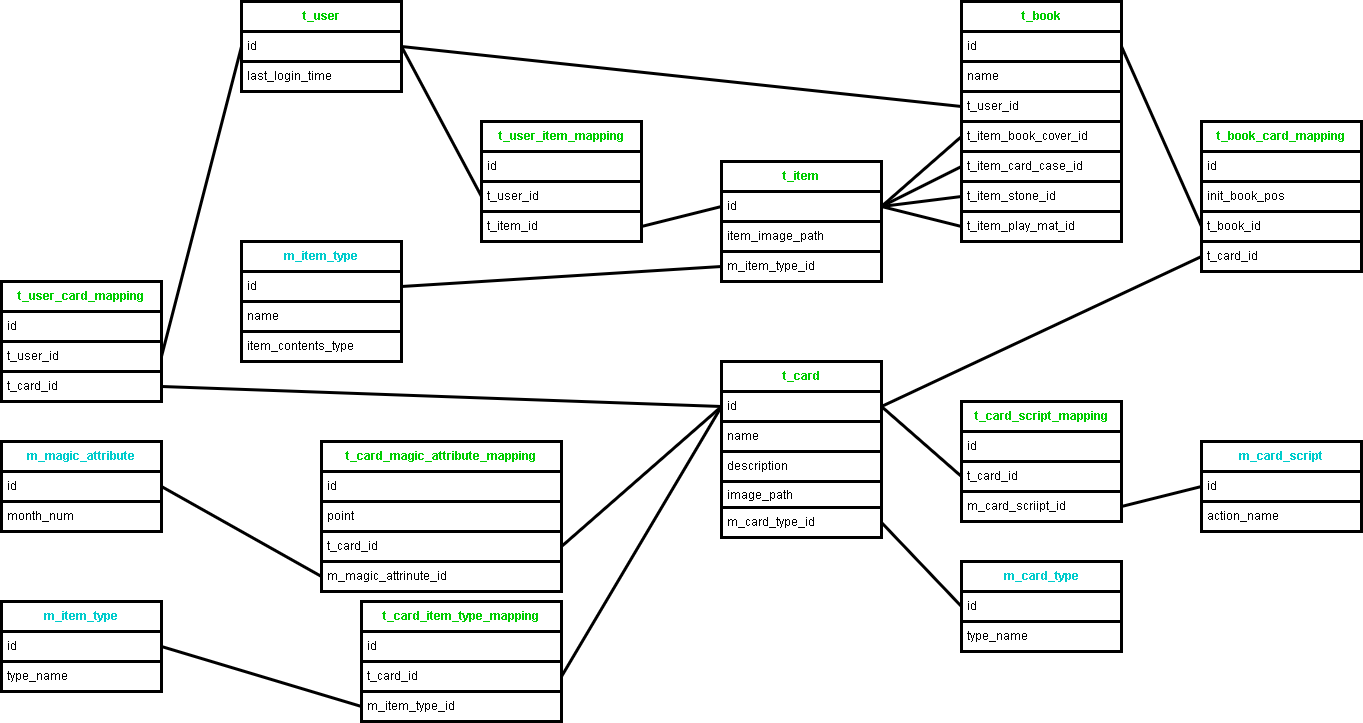
The draw.io diagram 要件/ER図.drawio.png in Chronoss0518/SpinnerOfTherNightSky, before a commit. Source tidied: cells renumbered, new cells last; positions are measured from the earlier drawing's top-left corner, leaving out a move shared by most shapes.
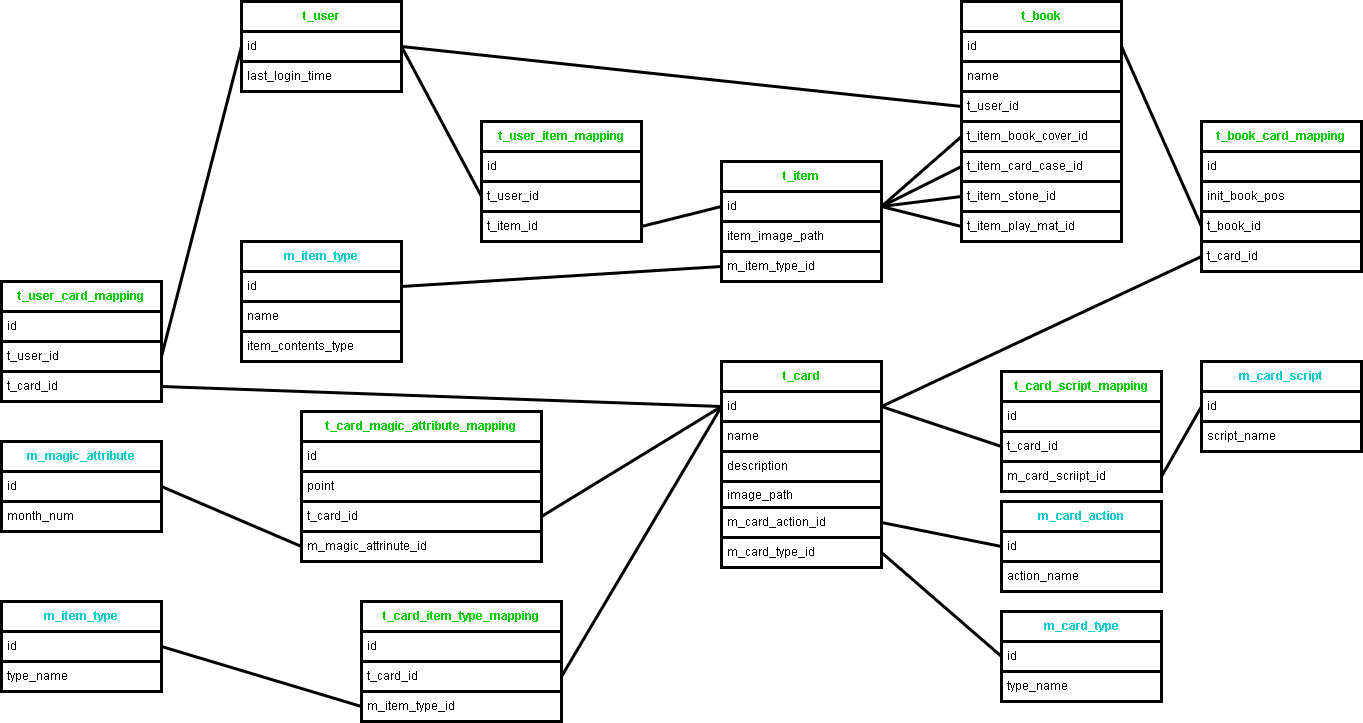
Later version of the same file.

Commit message:
Cardの実施タイミングのフラグ(Action)を追加

Change to the diagram source:
```diff
@@ -12,7 +12,7 @@
       <mxGeometry y="60" width="160" height="30" as="geometry" />
     </mxCell>
     <mxCell id="5" value="t_card" style="swimlane;fontStyle=1;horizontal=1;startSize=30;whiteSpace=wrap;html=1;labelBorderColor=none;strokeWidth=3;labelBackgroundColor=none;fillStyle=solid;swimlaneFillColor=none;arcSize=15;fontColor=#00CC00;strokeColor=#000000;fillColor=none;gradientColor=none;glass=0;spacing=2;fontSize=12;" parent="1" vertex="1">
-      <mxGeometry x="720" y="360" width="160" height="176" as="geometry" />
+      <mxGeometry x="720" y="360" width="160" height="206" as="geometry" />
     </mxCell>
     <mxCell id="6" value="id" style="text;strokeColor=#000000;fillColor=none;align=left;verticalAlign=middle;spacingLeft=4;spacingRight=4;overflow=hidden;points=[[0,0.5],[1,0.5]];portConstraint=eastwest;whiteSpace=wrap;html=1;fontColor=#000000;labelBorderColor=none;strokeWidth=3;" parent="5" vertex="1">
       <mxGeometry y="30" width="160" height="30" as="geometry" />
@@ -26,11 +26,14 @@
     <mxCell id="9" value="image_path" style="text;strokeColor=#000000;fillColor=none;align=left;verticalAlign=top;spacingLeft=4;spacingRight=4;overflow=hidden;whiteSpace=wrap;html=1;fontColor=#000000;labelBorderColor=none;strokeWidth=3;" parent="5" vertex="1">
       <mxGeometry y="120" width="160" height="26" as="geometry" />
     </mxCell>
+    <mxCell id="84" value="m_card_action_id" style="text;strokeColor=#000000;fillColor=none;align=left;verticalAlign=middle;spacingLeft=4;spacingRight=4;overflow=hidden;points=[[0,0.5],[1,0.5]];portConstraint=eastwest;whiteSpace=wrap;html=1;fontColor=#000000;labelBorderColor=none;strokeWidth=3;" parent="5" vertex="1">
+      <mxGeometry y="146" width="160" height="30" as="geometry" />
+    </mxCell>
     <mxCell id="10" value="m_card_type_id" style="text;strokeColor=#000000;fillColor=none;align=left;verticalAlign=middle;spacingLeft=4;spacingRight=4;overflow=hidden;points=[[0,0.5],[1,0.5]];portConstraint=eastwest;whiteSpace=wrap;html=1;fontColor=#000000;labelBorderColor=none;strokeWidth=3;" parent="5" vertex="1">
-      <mxGeometry y="146" width="160" height="30" as="geometry" />
+      <mxGeometry y="176" width="160" height="30" as="geometry" />
     </mxCell>
     <mxCell id="11" value="m_card_type" style="swimlane;fontStyle=1;horizontal=1;startSize=30;whiteSpace=wrap;html=1;labelBorderColor=none;strokeWidth=3;labelBackgroundColor=none;fillStyle=solid;swimlaneFillColor=none;arcSize=15;fontColor=#00CCCC;strokeColor=#000000;fillColor=none;gradientColor=none;glass=0;spacing=2;" parent="1" vertex="1">
-      <mxGeometry x="960" y="560" width="160" height="90" as="geometry" />
+      <mxGeometry x="1000" y="610" width="160" height="90" as="geometry" />
     </mxCell>
     <mxCell id="12" value="id" style="text;strokeColor=#000000;fillColor=none;align=left;verticalAlign=middle;spacingLeft=4;spacingRight=4;overflow=hidden;points=[[0,0.5],[1,0.5]];portConstraint=eastwest;whiteSpace=wrap;html=1;fontColor=#000000;labelBorderColor=none;strokeWidth=3;" parent="11" vertex="1">
       <mxGeometry y="30" width="160" height="30" as="geometry" />
@@ -66,7 +69,7 @@
       <mxGeometry y="210" width="160" height="30" as="geometry" />
     </mxCell>
     <mxCell id="23" value="t_card_script_mapping" style="swimlane;fontStyle=1;horizontal=1;startSize=30;whiteSpace=wrap;html=1;labelBorderColor=none;strokeWidth=3;labelBackgroundColor=none;fillStyle=solid;swimlaneFillColor=none;arcSize=15;fontColor=#00CC00;strokeColor=#000000;fillColor=none;gradientColor=none;glass=0;spacing=2;fontSize=12;" parent="1" vertex="1">
-      <mxGeometry x="960" y="400" width="160" height="120" as="geometry" />
+      <mxGeometry x="1000" y="370" width="160" height="120" as="geometry" />
     </mxCell>
     <mxCell id="24" value="id" style="text;strokeColor=#000000;fillColor=none;align=left;verticalAlign=middle;spacingLeft=4;spacingRight=4;overflow=hidden;whiteSpace=wrap;html=1;fontColor=#000000;labelBorderColor=none;strokeWidth=3;" parent="23" vertex="1">
       <mxGeometry y="30" width="160" height="30" as="geometry" />
@@ -81,12 +84,12 @@
       <mxGeometry relative="1" as="geometry" />
     </mxCell>
     <mxCell id="28" value="m_card_script" style="swimlane;fontStyle=1;horizontal=1;startSize=30;whiteSpace=wrap;html=1;labelBorderColor=none;strokeWidth=3;labelBackgroundColor=none;fillStyle=solid;swimlaneFillColor=none;arcSize=15;fontColor=#00CCCC;strokeColor=#000000;fillColor=none;gradientColor=none;glass=0;spacing=2;" parent="1" vertex="1">
-      <mxGeometry x="1200" y="440" width="160" height="90" as="geometry" />
+      <mxGeometry x="1200" y="360" width="160" height="90" as="geometry" />
     </mxCell>
     <mxCell id="29" value="id" style="text;strokeColor=#000000;fillColor=none;align=left;verticalAlign=middle;spacingLeft=4;spacingRight=4;overflow=hidden;points=[[0,0.5],[1,0.5]];portConstraint=eastwest;whiteSpace=wrap;html=1;fontColor=#000000;labelBorderColor=none;strokeWidth=3;" parent="28" vertex="1">
       <mxGeometry y="30" width="160" height="30" as="geometry" />
     </mxCell>
-    <mxCell id="30" value="action_name" style="text;strokeColor=#000000;fillColor=none;align=left;verticalAlign=middle;spacingLeft=4;spacingRight=4;overflow=hidden;whiteSpace=wrap;html=1;fontColor=#000000;labelBorderColor=none;strokeWidth=3;" parent="28" vertex="1">
+    <mxCell id="30" value="script_name" style="text;strokeColor=#000000;fillColor=none;align=left;verticalAlign=middle;spacingLeft=4;spacingRight=4;overflow=hidden;whiteSpace=wrap;html=1;fontColor=#000000;labelBorderColor=none;strokeWidth=3;" parent="28" vertex="1">
       <mxGeometry y="60" width="160" height="30" as="geometry" />
     </mxCell>
     <mxCell id="31" style="edgeStyle=none;html=1;exitX=0;exitY=0.5;exitDx=0;exitDy=0;entryX=1;entryY=0.5;entryDx=0;entryDy=0;startArrow=none;startFill=0;endArrow=none;endFill=0;fontColor=#000000;labelBorderColor=none;strokeColor=#000000;strokeWidth=3;" parent="1" edge="1" source="29" target="26">
@@ -192,7 +195,7 @@
       <mxGeometry relative="1" as="geometry" />
     </mxCell>
     <mxCell id="65" value="t_card_magic_attribute_mapping" style="swimlane;fontStyle=1;horizontal=1;startSize=30;whiteSpace=wrap;html=1;labelBorderColor=none;strokeWidth=3;labelBackgroundColor=none;fillStyle=solid;swimlaneFillColor=none;arcSize=15;fontColor=#00CC00;strokeColor=#000000;fillColor=none;gradientColor=none;glass=0;spacing=2;fontSize=12;" parent="1" vertex="1">
-      <mxGeometry x="320" y="440" width="240" height="150" as="geometry" />
+      <mxGeometry x="300" y="410" width="240" height="150" as="geometry" />
     </mxCell>
     <mxCell id="66" value="id" style="text;strokeColor=#000000;fillColor=none;align=left;verticalAlign=middle;spacingLeft=4;spacingRight=4;overflow=hidden;whiteSpace=wrap;html=1;fontColor=#000000;labelBorderColor=none;strokeWidth=3;" parent="65" vertex="1">
       <mxGeometry y="30" width="240" height="30" as="geometry" />
@@ -248,5 +251,17 @@
     <mxCell id="83" style="edgeStyle=none;html=1;exitX=0;exitY=0.5;exitDx=0;exitDy=0;entryX=1;entryY=0.5;entryDx=0;entryDy=0;strokeColor=#000000;strokeWidth=3;endArrow=none;endFill=0;" parent="1" edge="1" source="6" target="77">
       <mxGeometry relative="1" as="geometry" />
     </mxCell>
+    <mxCell id="85" style="edgeStyle=none;html=1;exitX=0;exitY=0.5;exitDx=0;exitDy=0;entryX=1;entryY=0.5;entryDx=0;entryDy=0;startArrow=none;startFill=0;endArrow=none;endFill=0;strokeWidth=3;strokeColor=#000000;" parent="1" edge="1" source="87" target="84">
+      <mxGeometry relative="1" as="geometry" />
+    </mxCell>
+    <mxCell id="86" value="m_card_action" style="swimlane;fontStyle=1;horizontal=1;startSize=30;whiteSpace=wrap;html=1;labelBorderColor=none;strokeWidth=3;labelBackgroundColor=none;fillStyle=solid;swimlaneFillColor=none;arcSize=15;fontColor=#00CCCC;strokeColor=#000000;fillColor=none;gradientColor=none;glass=0;spacing=2;" parent="1" vertex="1">
+      <mxGeometry x="1000" y="500" width="160" height="90" as="geometry" />
+    </mxCell>
+    <mxCell id="87" value="id" style="text;strokeColor=#000000;fillColor=none;align=left;verticalAlign=middle;spacingLeft=4;spacingRight=4;overflow=hidden;points=[[0,0.5],[1,0.5]];portConstraint=eastwest;whiteSpace=wrap;html=1;fontColor=#000000;labelBorderColor=none;strokeWidth=3;" parent="86" vertex="1">
+      <mxGeometry y="30" width="160" height="30" as="geometry" />
+    </mxCell>
+    <mxCell id="88" value="action_name" style="text;strokeColor=#000000;fillColor=none;align=left;verticalAlign=middle;spacingLeft=4;spacingRight=4;overflow=hidden;whiteSpace=wrap;html=1;fontColor=#000000;labelBorderColor=none;strokeWidth=3;" parent="86" vertex="1">
+      <mxGeometry y="60" width="160" height="30" as="geometry" />
+    </mxCell>
   </root>
 </mxGraphModel>
```
